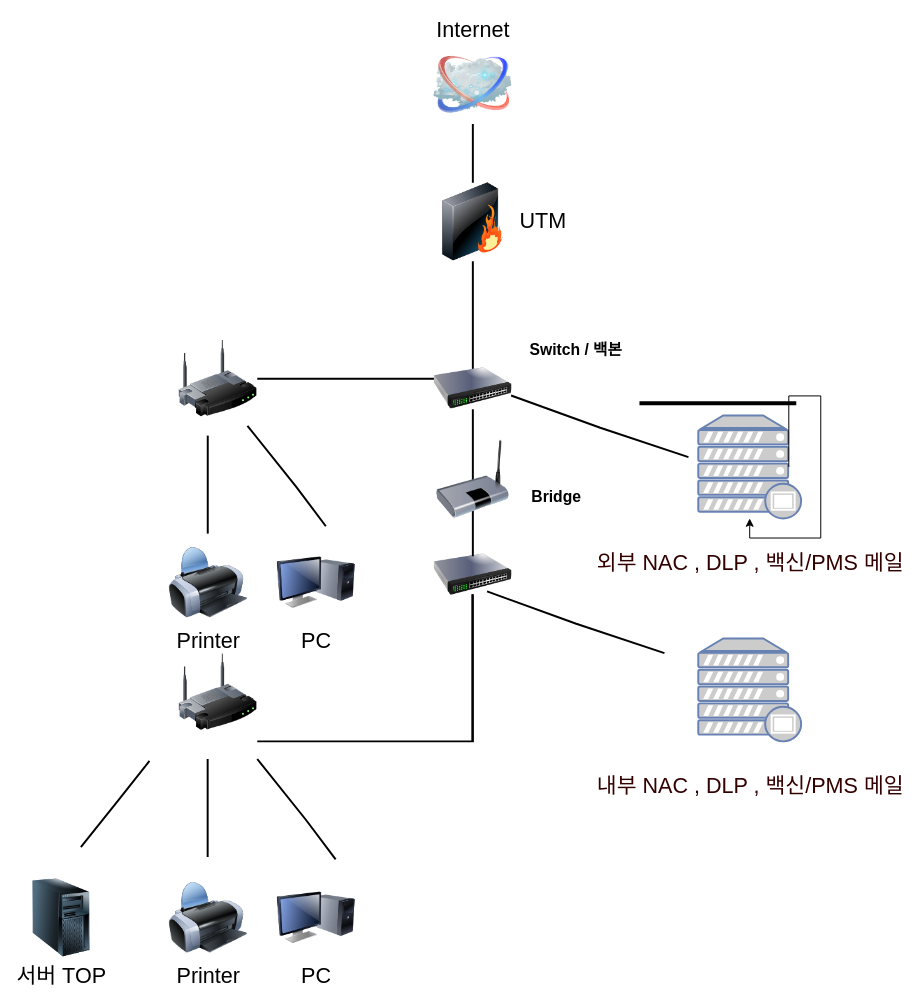
The draw.io diagram Untitled Diagram.drawio in jungjungin/NavigationTabBar, before the edit. Source tidied: cells renumbered, new cells numbered last; positions are measured from the earlier drawing's top-left corner, leaving out a move shared by most shapes. Both pictures are drawn from the tidied source at 98%, with x=0, y=0 at pixel (22, 45).
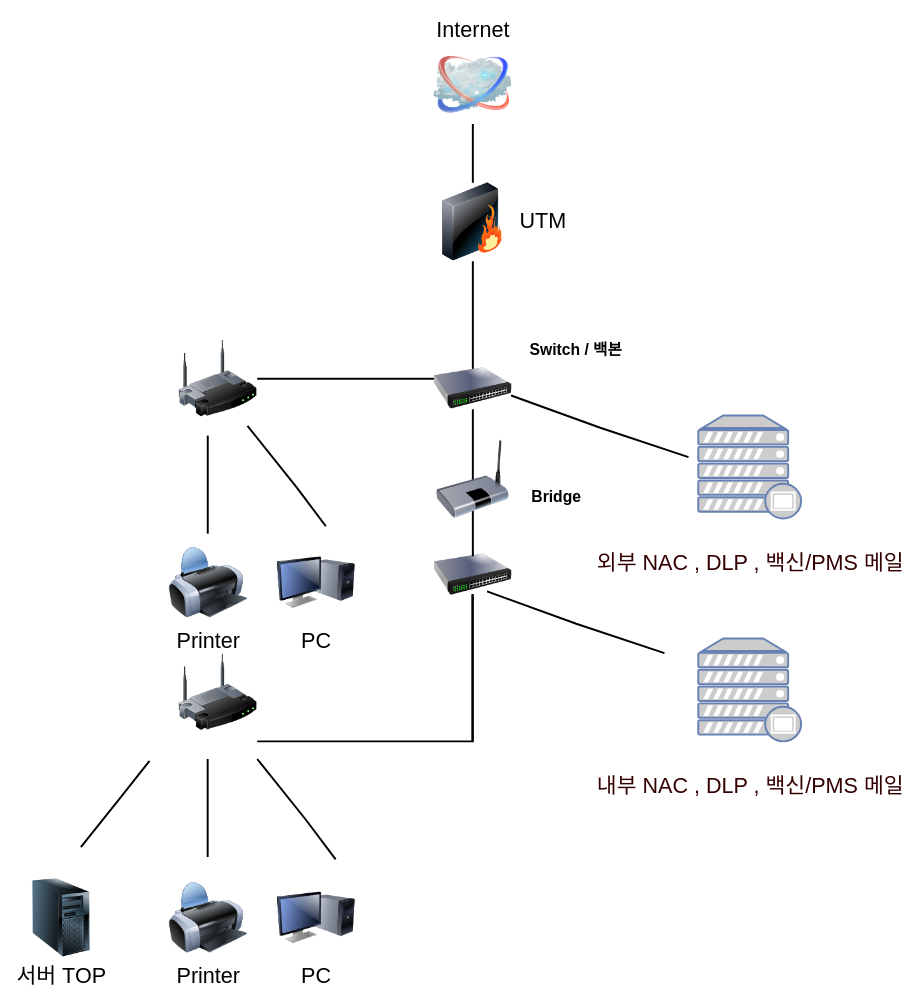
The same page after the edit.

The change refers to these unchanged cells:
```xml
<mxCell id="11" value="&lt;br&gt;외부 NAC , DLP , 백신/PMS 메일" style="verticalAlign=top;verticalLabelPosition=bottom;labelPosition=center;align=center;html=1;outlineConnect=0;fillColor=#CCCCCC;strokeColor=#6881B3;gradientColor=none;gradientDirection=north;strokeWidth=2;shape=mxgraph.networks.proxy_server;fontSize=22;fontColor=#330000;" parent="1" vertex="1">
  <mxGeometry x="690" y="377.5" width="105" height="105" as="geometry" />
</mxCell>
```

The edit, as a diff of the source:
```diff
@@
-    <mxCell id="13" style="edgeStyle=orthogonalEdgeStyle;rounded=0;orthogonalLoop=1;jettySize=auto;html=1;exitX=0.88;exitY=0.5;exitDx=0;exitDy=0;exitPerimeter=0;fontSize=22;" parent="1" edge="1" source="11" target="11">
-      <mxGeometry relative="1" as="geometry" />
-    </mxCell>
@@
-    <mxCell id="17" style="line;strokeWidth=4;html=1;perimeter=backbonePerimeter;fontSize=22;fontColor=#330000;" parent="1" vertex="1">
-      <mxGeometry x="630" y="360" width="160" height="10" as="geometry" />
-    </mxCell>
```
